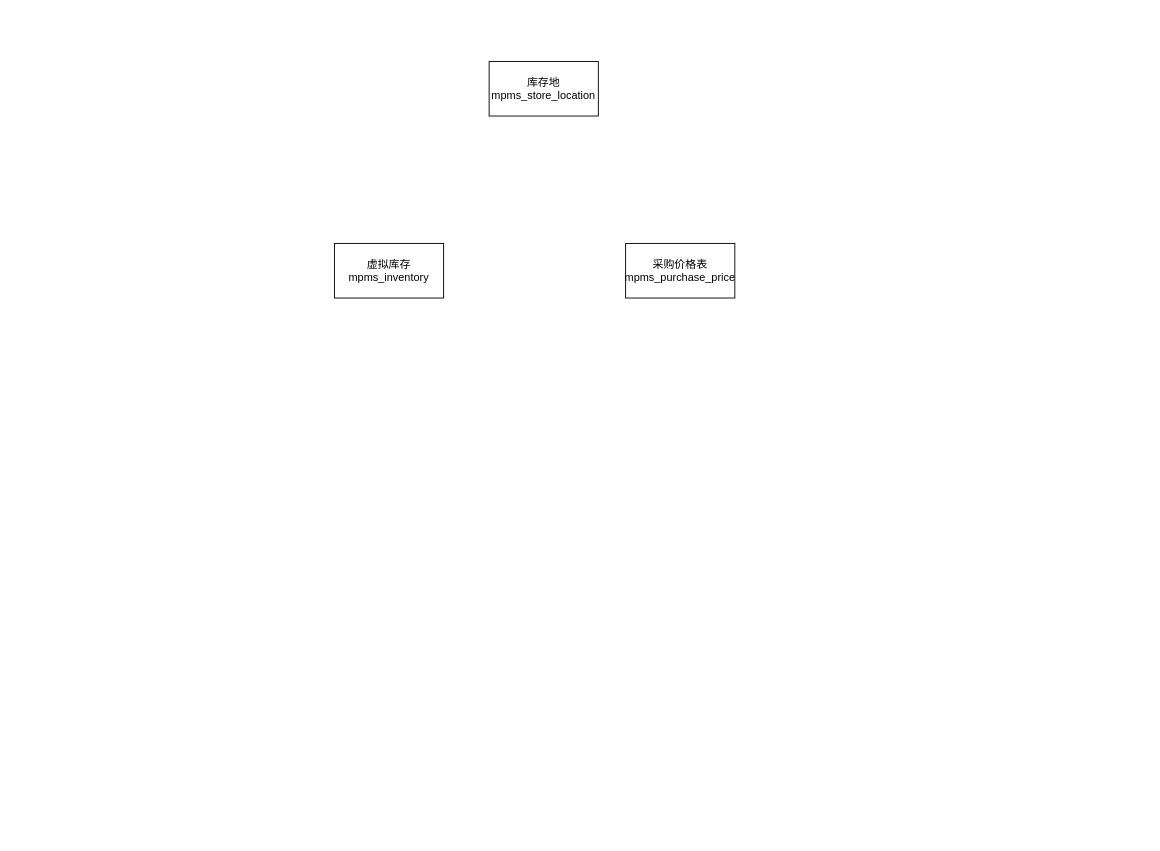
Above: 供应链物料库存属性关系.drawio in 1846872430/shj_chart (draw.io), before the change. Source tidied: cells renumbered, new cells numbered last; positions are measured from the earlier drawing's top-left corner, leaving out a move shared by most shapes. Both pictures are drawn from the tidied source at 91%, with x=0, y=0 at pixel (334, 61).
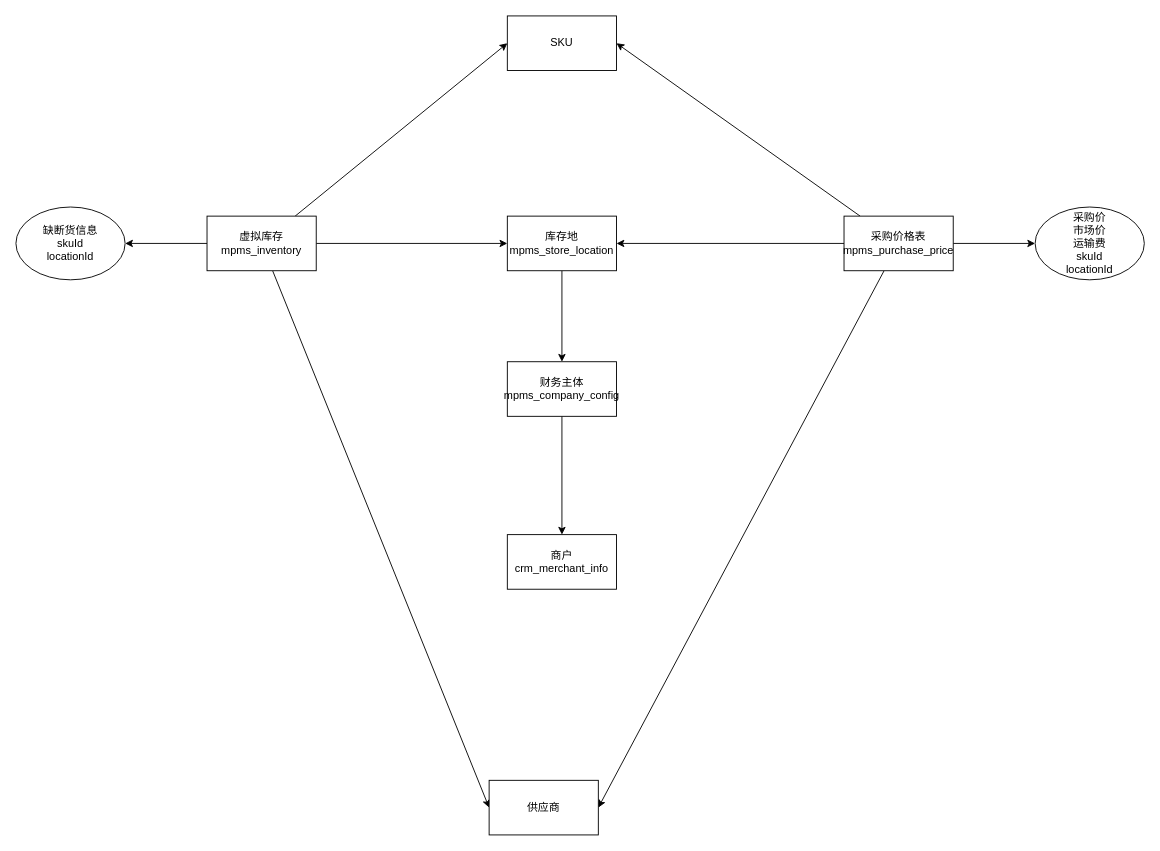
Above is the later version.

Commit message (it also covers changes not shown here):
更新供应链物料库存属性关系.drawio

The edit, as a diff of the source:
```diff
@@
+    <mxCell id="5" style="rounded=0;jettySize=auto;html=1;" parent="1" edge="1" source="2" target="19">
+      <mxGeometry relative="1" as="geometry" />
+    </mxCell>
     <mxCell id="2" value="库存地&lt;br&gt;mpms_store_location" style="rounded=0;whiteSpace=wrap;html=1;" parent="1" vertex="1">
-      <mxGeometry x="170" width="120" height="60" as="geometry" />
+      <mxGeometry x="190" y="170" width="120" height="60" as="geometry" />
     </mxCell>
+    <mxCell id="6" style="rounded=0;jettySize=auto;html=1;" parent="1" edge="1" source="3" target="16">
+      <mxGeometry relative="1" as="geometry" />
+    </mxCell>
+    <mxCell id="7" style="rounded=0;jettySize=auto;html=1;entryX=0;entryY=0.5;entryDx=0;entryDy=0;" parent="1" edge="1" source="3" target="15">
+      <mxGeometry relative="1" as="geometry" />
+    </mxCell>
+    <mxCell id="8" style="rounded=0;jettySize=auto;html=1;entryX=0;entryY=0.5;entryDx=0;entryDy=0;" parent="1" edge="1" source="3" target="14">
+      <mxGeometry relative="1" as="geometry" />
+    </mxCell>
+    <mxCell id="9" style="rounded=0;jettySize=auto;html=1;entryX=0;entryY=0.5;entryDx=0;entryDy=0;" parent="1" edge="1" source="3" target="2">
+      <mxGeometry relative="1" as="geometry" />
+    </mxCell>
     <mxCell id="3" value="虚拟库存&lt;br&gt;mpms_inventory" style="rounded=0;whiteSpace=wrap;html=1;" parent="1" vertex="1">
-      <mxGeometry y="200" width="120" height="60" as="geometry" />
+      <mxGeometry x="-140" y="170" width="120" height="60" as="geometry" />
     </mxCell>
+    <mxCell id="10" style="rounded=0;jettySize=auto;html=1;entryX=0;entryY=0.5;entryDx=0;entryDy=0;" parent="1" edge="1" source="4" target="17">
+      <mxGeometry relative="1" as="geometry" />
+    </mxCell>
+    <mxCell id="11" style="rounded=0;jettySize=auto;html=1;entryX=1;entryY=0.5;entryDx=0;entryDy=0;" parent="1" edge="1" source="4" target="15">
+      <mxGeometry relative="1" as="geometry" />
+    </mxCell>
+    <mxCell id="12" style="rounded=0;jettySize=auto;html=1;entryX=1;entryY=0.5;entryDx=0;entryDy=0;" parent="1" edge="1" source="4" target="14">
+      <mxGeometry relative="1" as="geometry" />
+    </mxCell>
+    <mxCell id="13" style="rounded=0;jettySize=auto;html=1;entryX=1;entryY=0.5;entryDx=0;entryDy=0;" parent="1" edge="1" source="4" target="2">
+      <mxGeometry relative="1" as="geometry" />
+    </mxCell>
     <mxCell id="4" value="采购价格表&lt;br&gt;mpms_purchase_price" style="rounded=0;whiteSpace=wrap;html=1;" parent="1" vertex="1">
-      <mxGeometry x="320" y="200" width="120" height="60" as="geometry" />
+      <mxGeometry x="560" y="170" width="120" height="60" as="geometry" />
     </mxCell>
+    <mxCell id="14" value="SKU" style="rounded=0;whiteSpace=wrap;html=1;" parent="1" vertex="1">
+      <mxGeometry x="190" y="-50" width="120" height="60" as="geometry" />
+    </mxCell>
+    <mxCell id="15" value="供应商" style="rounded=0;whiteSpace=wrap;html=1;" parent="1" vertex="1">
+      <mxGeometry x="170" y="790" width="120" height="60" as="geometry" />
+    </mxCell>
+    <mxCell id="16" value="缺断货信息&lt;br&gt;skuId&lt;br&gt;locationId" style="ellipse;whiteSpace=wrap;html=1;" parent="1" vertex="1">
+      <mxGeometry x="-350" y="160" width="120" height="80" as="geometry" />
+    </mxCell>
+    <mxCell id="17" value="采购价&lt;br&gt;市场价&lt;br&gt;运输费&lt;br&gt;skuId&lt;br&gt;locationId" style="ellipse;whiteSpace=wrap;html=1;" parent="1" vertex="1">
+      <mxGeometry x="770" y="160" width="120" height="80" as="geometry" />
+    </mxCell>
+    <mxCell id="18" style="rounded=0;jettySize=auto;html=1;" parent="1" edge="1" source="19" target="20">
+      <mxGeometry relative="1" as="geometry" />
+    </mxCell>
+    <mxCell id="19" value="财务主体&lt;br&gt;mpms_company_config" style="rounded=0;whiteSpace=wrap;html=1;" parent="1" vertex="1">
+      <mxGeometry x="190" y="330" width="120" height="60" as="geometry" />
+    </mxCell>
+    <mxCell id="20" value="商户&lt;br&gt;crm_merchant_info" style="rounded=0;whiteSpace=wrap;html=1;" parent="1" vertex="1">
+      <mxGeometry x="190" y="520" width="120" height="60" as="geometry" />
+    </mxCell>
```
